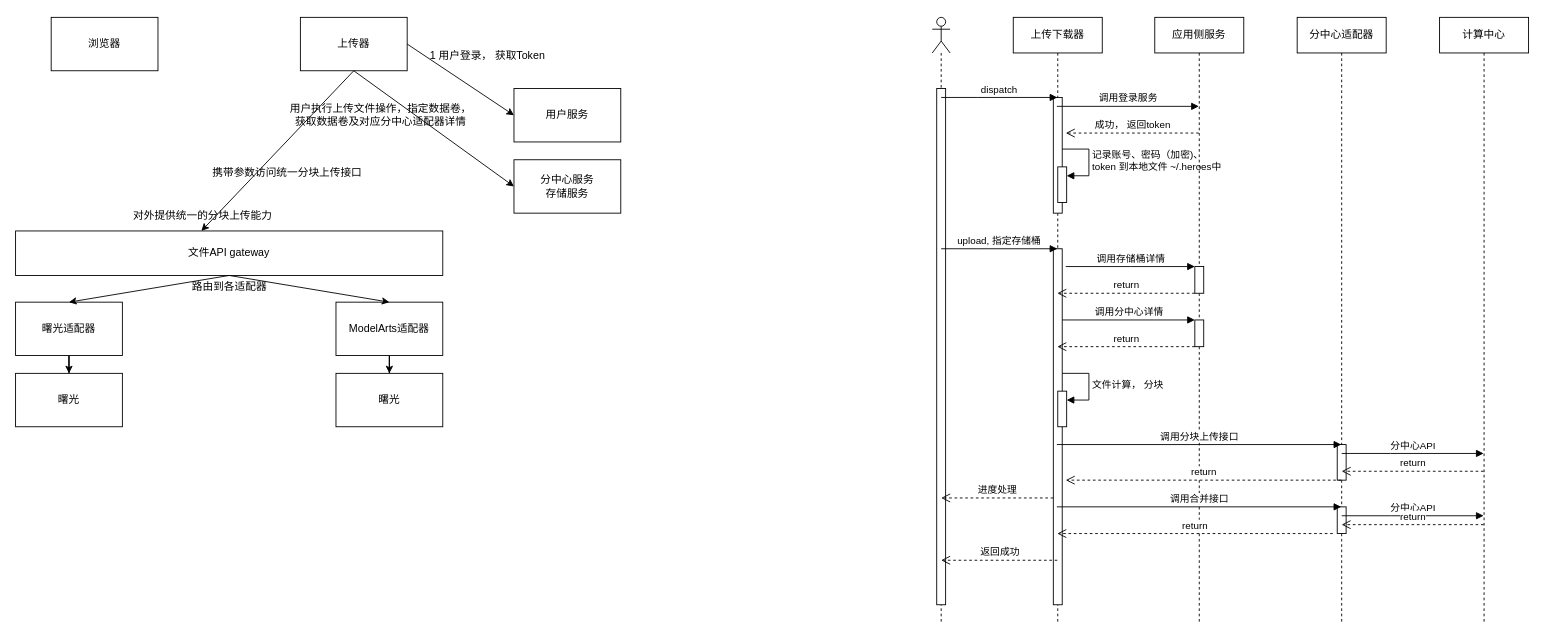
Earlier version of the draw.io diagram 大文件上传下载.drawio (kingstone95/diagrams). Source tidied: cells renumbered, new cells numbered last; positions are measured from the earlier drawing's top-left corner, leaving out a move shared by most shapes. Both pictures are drawn from the tidied source at 89%, with x=0, y=0 at pixel (15, 17).
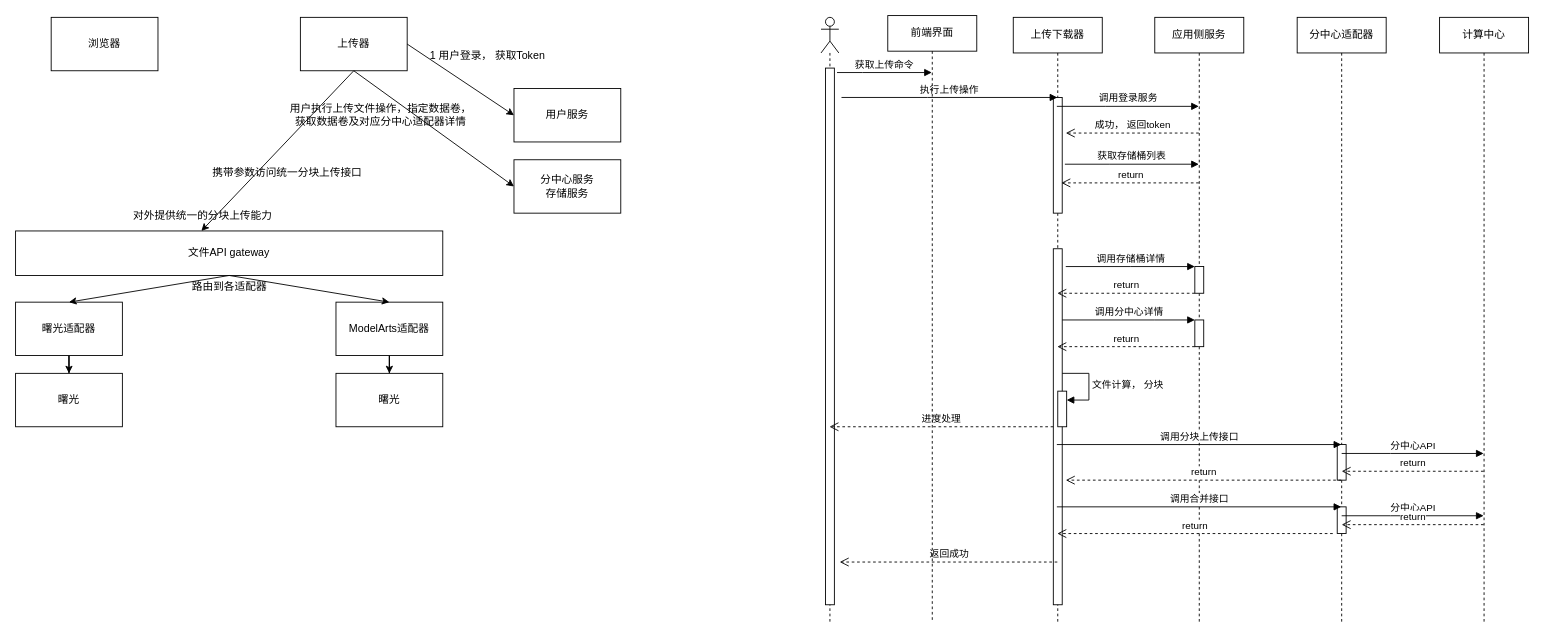
Above is the later version.

Commit message:
更新大文件上传下载.drawio

The change refers to these unchanged cells:
```xml
<mxCell id="23" value="上传下载器" style="shape=umlLifeline;perimeter=lifelinePerimeter;whiteSpace=wrap;html=1;outlineConnect=0;portConstraint=eastwest;newEdgeStyle={&quot;edgeStyle&quot;:&quot;elbowEdgeStyle&quot;,&quot;elbow&quot;:&quot;vertical&quot;,&quot;curved&quot;:0,&quot;rounded&quot;:0};" parent="1" vertex="1">
  <mxGeometry x="1121" width="100" height="680" as="geometry" />
</mxCell>
<mxCell id="27" style="html=1;points=[];perimeter=orthogonalPerimeter;outlineConnect=0;targetShapes=umlLifeline;portConstraint=eastwest;newEdgeStyle={&quot;edgeStyle&quot;:&quot;elbowEdgeStyle&quot;,&quot;elbow&quot;:&quot;vertical&quot;,&quot;curved&quot;:0,&quot;rounded&quot;:0};" parent="23" vertex="1">
  <mxGeometry x="45" y="260" width="10" height="400" as="geometry" />
</mxCell>
<mxCell id="32" value="应用侧服务" style="shape=umlLifeline;perimeter=lifelinePerimeter;whiteSpace=wrap;html=1;outlineConnect=0;portConstraint=eastwest;newEdgeStyle={&quot;edgeStyle&quot;:&quot;elbowEdgeStyle&quot;,&quot;elbow&quot;:&quot;vertical&quot;,&quot;curved&quot;:0,&quot;rounded&quot;:0};" parent="1" vertex="1">
  <mxGeometry x="1280" width="100" height="680" as="geometry" />
</mxCell>
```

Change to the diagram source:
```diff
@@
-    <mxCell id="25" style="html=1;points=[];perimeter=orthogonalPerimeter;outlineConnect=0;targetShapes=umlLifeline;portConstraint=eastwest;newEdgeStyle={&quot;edgeStyle&quot;:&quot;elbowEdgeStyle&quot;,&quot;elbow&quot;:&quot;vertical&quot;,&quot;curved&quot;:0,&quot;rounded&quot;:0};" parent="23" vertex="1">
-      <mxGeometry x="50" y="168" width="10" height="40" as="geometry" />
-    </mxCell>
-    <mxCell id="26" value="记录账号、密码（加密)、&lt;br&gt;token 到本地文件 ~/.heroes中" style="html=1;align=left;spacingLeft=2;endArrow=block;rounded=0;edgeStyle=orthogonalEdgeStyle;curved=0;rounded=0;" parent="23" edge="1" target="25">
-      <mxGeometry relative="1" as="geometry">
-        <mxPoint x="55" y="148" as="sourcePoint" />
-        <Array as="points">
-          <mxPoint x="85" y="178" />
-        </Array>
-      </mxGeometry>
-    </mxCell>
@@
     <mxCell id="30" style="shape=umlLifeline;perimeter=lifelinePerimeter;whiteSpace=wrap;html=1;outlineConnect=0;portConstraint=eastwest;newEdgeStyle={&quot;edgeStyle&quot;:&quot;elbowEdgeStyle&quot;,&quot;elbow&quot;:&quot;vertical&quot;,&quot;curved&quot;:0,&quot;rounded&quot;:0};participant=umlActor;" parent="1" vertex="1">
-      <mxGeometry x="1030" width="20" height="680" as="geometry" />
+      <mxGeometry x="905" width="20" height="680" as="geometry" />
     </mxCell>
     <mxCell id="31" style="html=1;perimeter=orthogonalPerimeter;targetShapes=umlLifeline;newEdgeStyle={&quot;edgeStyle&quot;:&quot;elbowEdgeStyle&quot;,&quot;elbow&quot;:&quot;vertical&quot;,&quot;curved&quot;:0,&quot;rounded&quot;:0};" parent="30" vertex="1">
-      <mxGeometry x="5" y="80" width="10" height="580" as="geometry" />
+      <mxGeometry x="5" y="57" width="10" height="603" as="geometry" />
     </mxCell>
@@
-    <mxCell id="42" value="upload, 指定存储桶" style="html=1;verticalAlign=bottom;endArrow=block;edgeStyle=elbowEdgeStyle;elbow=vertical;curved=0;rounded=0;" parent="1" edge="1" target="23">
-      <mxGeometry relative="1" as="geometry">
-        <mxPoint x="1040" y="260" as="sourcePoint" />
-      </mxGeometry>
-    </mxCell>
-    <mxCell id="43" value="dispatch" style="html=1;verticalAlign=bottom;endArrow=block;edgeStyle=elbowEdgeStyle;elbow=vertical;curved=0;rounded=0;" parent="1" edge="1" target="23">
+    <mxCell id="43" value="执行上传操作" style="html=1;verticalAlign=bottom;endArrow=block;edgeStyle=elbowEdgeStyle;elbow=vertical;curved=0;rounded=0;" parent="1" edge="1" target="23">
       <mxGeometry relative="1" as="geometry">
-        <mxPoint x="1040" y="90" as="sourcePoint" />
+        <mxPoint x="928" y="90" as="sourcePoint" />
       </mxGeometry>
     </mxCell>
@@
     <mxCell id="55" value="返回成功" style="html=1;verticalAlign=bottom;endArrow=open;dashed=1;endSize=8;edgeStyle=elbowEdgeStyle;elbow=vertical;curved=0;rounded=0;" parent="1" edge="1" source="23">
       <mxGeometry relative="1" as="geometry">
-        <mxPoint x="1040" y="610" as="targetPoint" />
+        <mxPoint x="926" y="612" as="targetPoint" />
       </mxGeometry>
     </mxCell>
-    <mxCell id="56" value="进度处理" style="html=1;verticalAlign=bottom;endArrow=open;dashed=1;endSize=8;edgeStyle=elbowEdgeStyle;elbow=vertical;curved=0;rounded=0;" parent="1" edge="1" source="27">
-      <mxGeometry relative="1" as="geometry">
-        <mxPoint x="1040" y="540" as="targetPoint" />
-      </mxGeometry>
+    <mxCell id="56" value="进度处理" style="html=1;verticalAlign=bottom;endArrow=open;dashed=1;endSize=8;edgeStyle=elbowEdgeStyle;elbow=vertical;curved=0;rounded=0;" parent="1" edge="1" source="27" target="30">
+      <mxGeometry relative="1" as="geometry" />
     </mxCell>
+    <mxCell id="57" value="前端界面" style="shape=umlLifeline;perimeter=lifelinePerimeter;whiteSpace=wrap;html=1;outlineConnect=0;portConstraint=eastwest;newEdgeStyle={&quot;edgeStyle&quot;:&quot;elbowEdgeStyle&quot;,&quot;elbow&quot;:&quot;vertical&quot;,&quot;curved&quot;:0,&quot;rounded&quot;:0};" parent="1" vertex="1">
+      <mxGeometry x="980" y="-2" width="100" height="680" as="geometry" />
+    </mxCell>
+    <mxCell id="58" value="获取上传命令" style="html=1;verticalAlign=bottom;endArrow=block;edgeStyle=elbowEdgeStyle;elbow=vertical;curved=0;rounded=0;" parent="1" edge="1" target="57">
+      <mxGeometry relative="1" as="geometry">
+        <mxPoint x="923" y="62" as="sourcePoint" />
+      </mxGeometry>
+    </mxCell>
+    <mxCell id="59" value="获取存储桶列表" style="html=1;verticalAlign=bottom;endArrow=block;edgeStyle=elbowEdgeStyle;elbow=vertical;curved=0;rounded=0;" parent="1" edge="1" target="32">
+      <mxGeometry relative="1" as="geometry">
+        <mxPoint x="1179" y="165" as="sourcePoint" />
+      </mxGeometry>
+    </mxCell>
+    <mxCell id="60" value="return" style="html=1;verticalAlign=bottom;endArrow=open;dashed=1;endSize=8;edgeStyle=elbowEdgeStyle;elbow=vertical;curved=0;rounded=0;" parent="1" edge="1" source="32">
+      <mxGeometry relative="1" as="geometry">
+        <mxPoint x="1175" y="186" as="targetPoint" />
+      </mxGeometry>
+    </mxCell>
```
